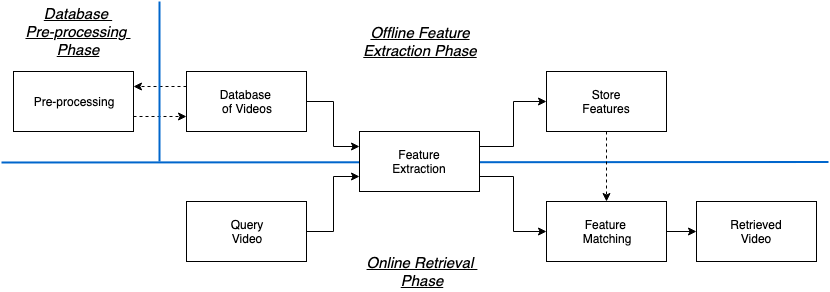
This is figures/design/basic_cbvr_phases.png from Adamouization/Content-Based-Video-Retrieval-Dissertation, a draw.io export, as it was before one commit. Source tidied: cells renumbered, new cells last; positions are measured from the earlier drawing's top-left corner, leaving out a move shared by most shapes. Source of this version:
```xml
<mxGraphModel>
  <root>
    <mxCell id="0" />
    <mxCell id="1" parent="0" />
    <mxCell id="2" style="endArrow=none;html=1;strokeWidth=2;strokeColor=#0066CC;" parent="1" edge="1">
      <mxGeometry relative="1" as="geometry">
        <mxPoint y="161" as="sourcePoint" />
        <mxPoint x="827" y="160.5" as="targetPoint" />
      </mxGeometry>
    </mxCell>
    <mxCell id="3" style="edgeStyle=orthogonalEdgeStyle;rounded=0;jettySize=auto;html=1;exitX=1;exitY=0.5;exitDx=0;exitDy=0;entryX=0;entryY=0.75;entryDx=0;entryDy=0;" parent="1" edge="1" source="4" target="7">
      <mxGeometry relative="1" as="geometry" />
    </mxCell>
    <mxCell id="4" value="Query&lt;br&gt;Video&lt;br&gt;" style="rounded=0;whiteSpace=wrap;html=1;" parent="1" vertex="1">
      <mxGeometry x="185" y="200" width="120" height="60" as="geometry" />
    </mxCell>
    <mxCell id="5" style="edgeStyle=orthogonalEdgeStyle;rounded=0;jettySize=auto;html=1;exitX=1;exitY=0.25;exitDx=0;exitDy=0;entryX=0;entryY=0.5;entryDx=0;entryDy=0;" parent="1" edge="1" source="7" target="17">
      <mxGeometry relative="1" as="geometry" />
    </mxCell>
    <mxCell id="6" style="edgeStyle=orthogonalEdgeStyle;rounded=0;jettySize=auto;html=1;exitX=1;exitY=0.75;exitDx=0;exitDy=0;entryX=0;entryY=0.5;entryDx=0;entryDy=0;" parent="1" edge="1" source="7" target="9">
      <mxGeometry relative="1" as="geometry" />
    </mxCell>
    <mxCell id="7" value="Feature&lt;br&gt;Extraction&lt;br&gt;" style="rounded=0;whiteSpace=wrap;html=1;" parent="1" vertex="1">
      <mxGeometry x="358" y="130" width="120" height="60" as="geometry" />
    </mxCell>
    <mxCell id="8" style="edgeStyle=orthogonalEdgeStyle;rounded=0;jettySize=auto;html=1;exitX=1;exitY=0.5;exitDx=0;exitDy=0;entryX=0;entryY=0.5;entryDx=0;entryDy=0;" parent="1" edge="1" source="9" target="10">
      <mxGeometry relative="1" as="geometry" />
    </mxCell>
    <mxCell id="9" value="Feature &lt;br&gt;Matching" style="rounded=0;whiteSpace=wrap;html=1;" parent="1" vertex="1">
      <mxGeometry x="545" y="200" width="120" height="60" as="geometry" />
    </mxCell>
    <mxCell id="10" value="Retrieved&lt;br&gt;Video&lt;br&gt;" style="rounded=0;whiteSpace=wrap;html=1;" parent="1" vertex="1">
      <mxGeometry x="695" y="200" width="120" height="60" as="geometry" />
    </mxCell>
    <mxCell id="11" style="edgeStyle=orthogonalEdgeStyle;rounded=0;jettySize=auto;html=1;exitX=1;exitY=0.5;exitDx=0;exitDy=0;entryX=0;entryY=0.25;entryDx=0;entryDy=0;" parent="1" edge="1" source="13" target="7">
      <mxGeometry relative="1" as="geometry" />
    </mxCell>
    <mxCell id="12" style="edgeStyle=orthogonalEdgeStyle;rounded=0;jettySize=auto;html=1;exitX=0;exitY=0.25;exitDx=0;exitDy=0;entryX=1;entryY=0.25;entryDx=0;entryDy=0;dashed=1;" parent="1" edge="1" source="13" target="15">
      <mxGeometry relative="1" as="geometry" />
    </mxCell>
    <mxCell id="13" value="Database &lt;br&gt;of Videos&lt;br&gt;" style="rounded=0;whiteSpace=wrap;html=1;" parent="1" vertex="1">
      <mxGeometry x="185" y="70" width="120" height="60" as="geometry" />
    </mxCell>
    <mxCell id="14" style="edgeStyle=orthogonalEdgeStyle;rounded=0;jettySize=auto;html=1;exitX=1;exitY=0.75;exitDx=0;exitDy=0;entryX=0;entryY=0.75;entryDx=0;entryDy=0;dashed=1;" parent="1" edge="1" source="15" target="13">
      <mxGeometry relative="1" as="geometry" />
    </mxCell>
    <mxCell id="15" value="Pre-processing&lt;br&gt;" style="rounded=0;whiteSpace=wrap;html=1;" parent="1" vertex="1">
      <mxGeometry x="12" y="70" width="120" height="60" as="geometry" />
    </mxCell>
    <mxCell id="16" style="edgeStyle=orthogonalEdgeStyle;rounded=0;jettySize=auto;html=1;exitX=0.5;exitY=1;exitDx=0;exitDy=0;entryX=0.5;entryY=0;entryDx=0;entryDy=0;dashed=1;" parent="1" edge="1" source="17" target="9">
      <mxGeometry relative="1" as="geometry" />
    </mxCell>
    <mxCell id="17" value="Store&lt;br&gt;Features&lt;br&gt;" style="rounded=0;whiteSpace=wrap;html=1;" parent="1" vertex="1">
      <mxGeometry x="545" y="70" width="120" height="60" as="geometry" />
    </mxCell>
    <mxCell id="18" style="endArrow=none;html=1;strokeWidth=2;strokeColor=#0066CC;" parent="1" edge="1">
      <mxGeometry relative="1" as="geometry">
        <mxPoint x="158" y="160" as="sourcePoint" />
        <mxPoint x="158" as="targetPoint" />
      </mxGeometry>
    </mxCell>
    <mxCell id="19" value="&lt;font style=&quot;font-size: 15px;&quot;&gt;&lt;i style=&quot;font-size: 15px;&quot;&gt;&lt;u style=&quot;font-size: 15px;&quot;&gt;Database &lt;br style=&quot;font-size: 15px;&quot;&gt;Pre-processing &lt;br style=&quot;font-size: 15px;&quot;&gt;Phase&lt;/u&gt;&lt;/i&gt;&lt;/font&gt;" style="text;html=1;strokeColor=none;fillColor=none;align=center;verticalAlign=middle;whiteSpace=wrap;rounded=0;fontSize=15;" parent="1" vertex="1">
      <mxGeometry x="12" y="10" width="130" height="40" as="geometry" />
    </mxCell>
    <mxCell id="20" style="edgeStyle=orthogonalEdgeStyle;rounded=0;orthogonalLoop=1;jettySize=auto;html=1;exitX=0.5;exitY=1;exitDx=0;exitDy=0;strokeColor=#0066CC;strokeWidth=2;" parent="1" edge="1" source="19" target="19">
      <mxGeometry relative="1" as="geometry" />
    </mxCell>
    <mxCell id="21" value="&lt;font style=&quot;font-size: 14px&quot;&gt;&lt;i style=&quot;font-size: 15px&quot;&gt;&lt;u&gt;Online Retrieval &lt;br&gt;Phase&lt;/u&gt;&lt;/i&gt;&lt;/font&gt;" style="text;html=1;strokeColor=none;fillColor=none;align=center;verticalAlign=middle;whiteSpace=wrap;rounded=0;" parent="1" vertex="1">
      <mxGeometry x="360" y="250" width="120" height="40" as="geometry" />
    </mxCell>
    <mxCell id="22" value="&lt;font style=&quot;font-size: 15px;&quot;&gt;&lt;i style=&quot;font-size: 15px;&quot;&gt;&lt;u style=&quot;font-size: 15px;&quot;&gt;Offline Feature Extraction Phase&lt;/u&gt;&lt;/i&gt;&lt;/font&gt;" style="text;html=1;strokeColor=none;fillColor=none;align=center;verticalAlign=middle;whiteSpace=wrap;rounded=0;fontSize=15;" parent="1" vertex="1">
      <mxGeometry x="358" y="20" width="122" height="40" as="geometry" />
    </mxCell>
  </root>
</mxGraphModel>
```
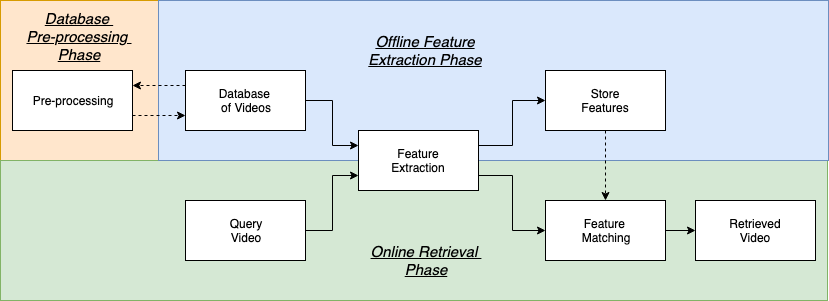
The same file after the commit.

What changed in the source:
```diff
@@ -2,12 +2,15 @@
   <root>
     <mxCell id="0" />
     <mxCell id="1" parent="0" />
-    <mxCell id="2" style="endArrow=none;html=1;strokeWidth=2;strokeColor=#0066CC;" parent="1" edge="1">
-      <mxGeometry relative="1" as="geometry">
-        <mxPoint y="161" as="sourcePoint" />
-        <mxPoint x="827" y="160.5" as="targetPoint" />
-      </mxGeometry>
-    </mxCell>
+    <mxCell id="23" style="rounded=0;whiteSpace=wrap;html=1;fillColor=#ffe6cc;strokeColor=#d79b00;" parent="1" vertex="1">
+      <mxGeometry width="158" height="160" as="geometry" />
+    </mxCell>
+    <mxCell id="24" style="whiteSpace=wrap;html=1;fillColor=#d5e8d4;strokeColor=#82b366;" parent="1" vertex="1">
+      <mxGeometry y="160" width="827" height="140" as="geometry" />
+    </mxCell>
+    <mxCell id="25" style="rounded=0;whiteSpace=wrap;html=1;fillColor=#dae8fc;strokeColor=#6c8ebf;" parent="1" vertex="1">
+      <mxGeometry x="158" width="670" height="160" as="geometry" />
+    </mxCell>
     <mxCell id="3" style="edgeStyle=orthogonalEdgeStyle;rounded=0;jettySize=auto;html=1;exitX=1;exitY=0.5;exitDx=0;exitDy=0;entryX=0;entryY=0.75;entryDx=0;entryDy=0;" parent="1" edge="1" source="4" target="7">
       <mxGeometry relative="1" as="geometry" />
     </mxCell>
@@ -53,23 +56,17 @@
     <mxCell id="17" value="Store&lt;br&gt;Features&lt;br&gt;" style="rounded=0;whiteSpace=wrap;html=1;" parent="1" vertex="1">
       <mxGeometry x="545" y="70" width="120" height="60" as="geometry" />
     </mxCell>
-    <mxCell id="18" style="endArrow=none;html=1;strokeWidth=2;strokeColor=#0066CC;" parent="1" edge="1">
-      <mxGeometry relative="1" as="geometry">
-        <mxPoint x="158" y="160" as="sourcePoint" />
-        <mxPoint x="158" as="targetPoint" />
-      </mxGeometry>
-    </mxCell>
     <mxCell id="19" value="&lt;font style=&quot;font-size: 15px;&quot;&gt;&lt;i style=&quot;font-size: 15px;&quot;&gt;&lt;u style=&quot;font-size: 15px;&quot;&gt;Database &lt;br style=&quot;font-size: 15px;&quot;&gt;Pre-processing &lt;br style=&quot;font-size: 15px;&quot;&gt;Phase&lt;/u&gt;&lt;/i&gt;&lt;/font&gt;" style="text;html=1;strokeColor=none;fillColor=none;align=center;verticalAlign=middle;whiteSpace=wrap;rounded=0;fontSize=15;" parent="1" vertex="1">
-      <mxGeometry x="12" y="10" width="130" height="40" as="geometry" />
+      <mxGeometry x="14" y="16" width="130" height="40" as="geometry" />
     </mxCell>
     <mxCell id="20" style="edgeStyle=orthogonalEdgeStyle;rounded=0;orthogonalLoop=1;jettySize=auto;html=1;exitX=0.5;exitY=1;exitDx=0;exitDy=0;strokeColor=#0066CC;strokeWidth=2;" parent="1" edge="1" source="19" target="19">
       <mxGeometry relative="1" as="geometry" />
     </mxCell>
     <mxCell id="21" value="&lt;font style=&quot;font-size: 14px&quot;&gt;&lt;i style=&quot;font-size: 15px&quot;&gt;&lt;u&gt;Online Retrieval &lt;br&gt;Phase&lt;/u&gt;&lt;/i&gt;&lt;/font&gt;" style="text;html=1;strokeColor=none;fillColor=none;align=center;verticalAlign=middle;whiteSpace=wrap;rounded=0;" parent="1" vertex="1">
-      <mxGeometry x="360" y="250" width="120" height="40" as="geometry" />
+      <mxGeometry x="365" y="240" width="120" height="40" as="geometry" />
     </mxCell>
     <mxCell id="22" value="&lt;font style=&quot;font-size: 15px;&quot;&gt;&lt;i style=&quot;font-size: 15px;&quot;&gt;&lt;u style=&quot;font-size: 15px;&quot;&gt;Offline Feature Extraction Phase&lt;/u&gt;&lt;/i&gt;&lt;/font&gt;" style="text;html=1;strokeColor=none;fillColor=none;align=center;verticalAlign=middle;whiteSpace=wrap;rounded=0;fontSize=15;" parent="1" vertex="1">
-      <mxGeometry x="358" y="20" width="122" height="40" as="geometry" />
+      <mxGeometry x="364" y="30" width="122" height="40" as="geometry" />
     </mxCell>
   </root>
 </mxGraphModel>
```
